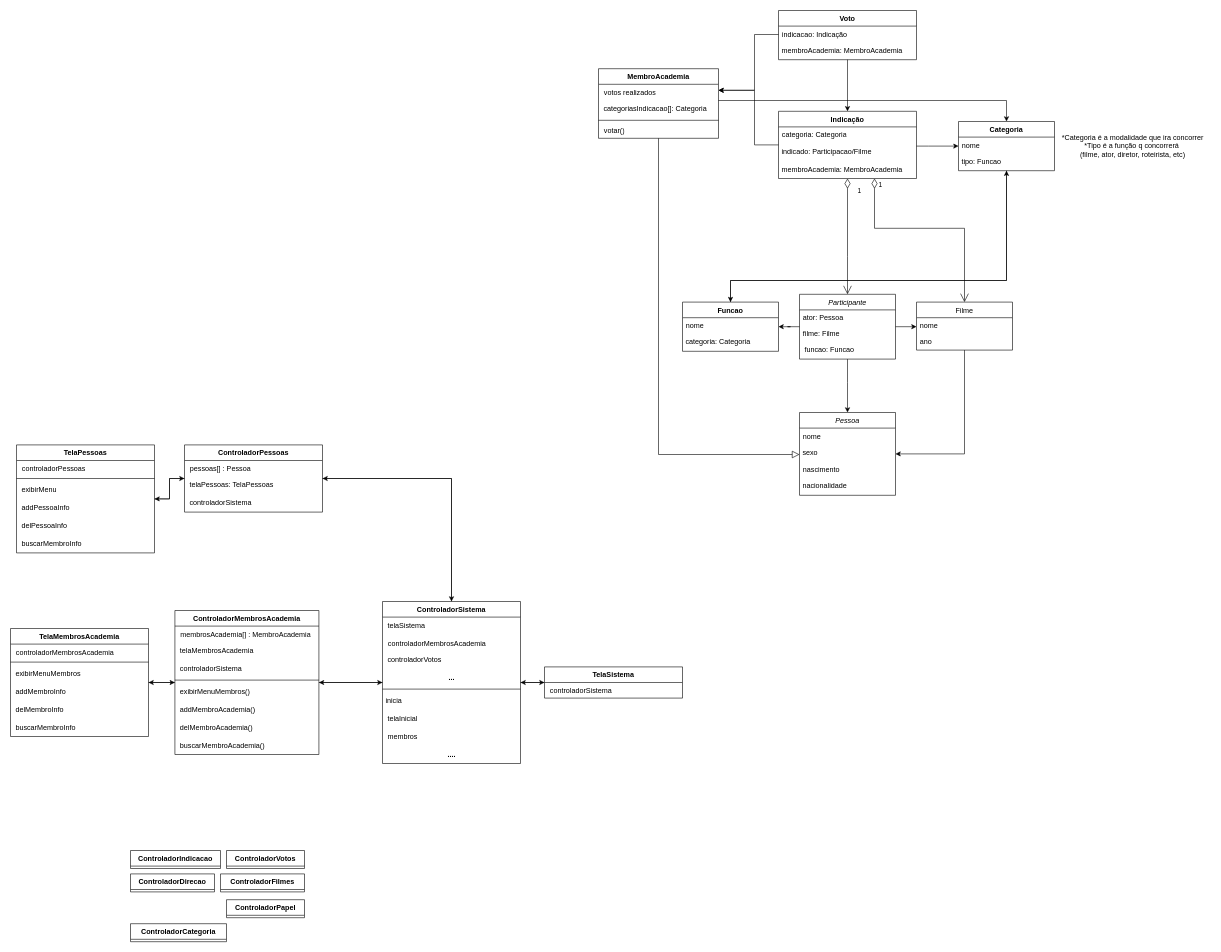
Above: Diagram de Classe V2.drawio in joaotuyama21/trabalho_dsoo (draw.io), before the change. Source tidied: cells renumbered, new cells numbered last; positions are measured from the earlier drawing's top-left corner, leaving out a move shared by most shapes. Both pictures are drawn from the tidied source at 60%, with x=0, y=0 at pixel (10, 10).
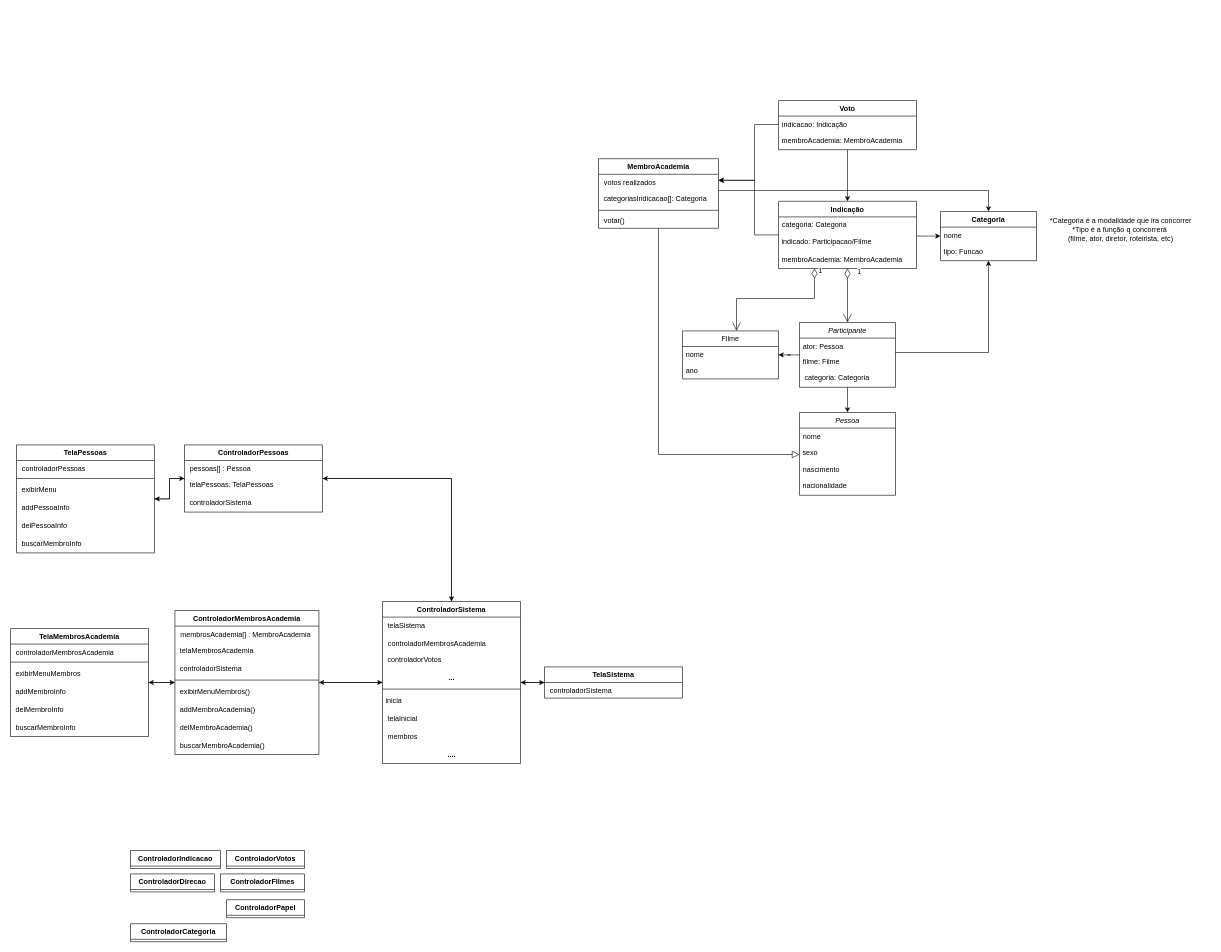
The same page after the edit.

Commit message (it also covers changes not shown here):
Alteraçao no Diagrama de Classes

The change refers to these unchanged cells:
```xml
<mxCell id="38" value="Pessoa" style="swimlane;fontStyle=2;align=center;verticalAlign=top;horizontal=1;startSize=26;rounded=0;shadow=0;strokeWidth=1;" parent="1" vertex="1">
  <mxGeometry x="1315" y="670" width="160" height="138" as="geometry" />
</mxCell>
```

What changed in the source:
```diff
@@
     <mxCell id="43" value="Filme" style="swimlane;fontStyle=0;align=center;verticalAlign=top;horizontal=1;startSize=26;rounded=0;shadow=0;strokeWidth=1;" parent="1" vertex="1">
-      <mxGeometry x="1510" y="486" width="160" height="80" as="geometry" />
+      <mxGeometry x="1120" y="534" width="160" height="80" as="geometry" />
     </mxCell>
@@
     <mxCell id="46" style="edgeStyle=orthogonalEdgeStyle;rounded=0;jettySize=auto;html=1;" parent="1" edge="1" source="58" target="63">
       <mxGeometry relative="1" as="geometry">
         <Array as="points">
-          <mxPoint x="1530" y="226" />
-          <mxPoint x="1530" y="226" />
+          <mxPoint x="1530" y="376" />
+          <mxPoint x="1530" y="376" />
         </Array>
       </mxGeometry>
     </mxCell>
     <mxCell id="47" style="edgeStyle=orthogonalEdgeStyle;rounded=0;jettySize=auto;html=1;" parent="1" edge="1" source="48" target="52">
       <mxGeometry relative="1" as="geometry">
         <Array as="points">
-          <mxPoint x="1240" y="40" />
-          <mxPoint x="1240" y="133" />
+          <mxPoint x="1240" y="190" />
+          <mxPoint x="1240" y="283" />
         </Array>
       </mxGeometry>
     </mxCell>
     <mxCell id="48" value="Voto" style="swimlane;fontStyle=1;align=center;verticalAlign=top;horizontal=1;startSize=26;whiteSpace=wrap;html=1;" parent="1" vertex="1">
-      <mxGeometry x="1280" width="230" height="82" as="geometry" />
+      <mxGeometry x="1280" y="150" width="230" height="82" as="geometry" />
     </mxCell>
@@
     <mxCell id="51" style="edgeStyle=orthogonalEdgeStyle;rounded=0;jettySize=auto;html=1;" parent="1" edge="1" source="52" target="63">
       <mxGeometry relative="1" as="geometry">
         <Array as="points">
-          <mxPoint x="1660" y="150" />
+          <mxPoint x="1630" y="300" />
         </Array>
       </mxGeometry>
     </mxCell>
     <mxCell id="52" value="MembroAcademia" style="swimlane;fontStyle=1;align=center;verticalAlign=top;horizontal=1;startSize=26;whiteSpace=wrap;html=1;" parent="1" vertex="1">
-      <mxGeometry x="980" y="97" width="200" height="116" as="geometry" />
+      <mxGeometry x="980" y="247" width="200" height="116" as="geometry" />
     </mxCell>
@@
     <mxCell id="58" value="Indicação" style="swimlane;fontStyle=1;align=center;verticalAlign=top;horizontal=1;startSize=26;whiteSpace=wrap;html=1;" parent="1" vertex="1">
-      <mxGeometry x="1280" y="168" width="230" height="112" as="geometry" />
+      <mxGeometry x="1280" y="318" width="230" height="112" as="geometry" />
     </mxCell>
@@
-    <mxCell id="62" style="edgeStyle=orthogonalEdgeStyle;rounded=0;jettySize=auto;html=1;" parent="1" edge="1" source="63" target="79">
-      <mxGeometry relative="1" as="geometry">
-        <Array as="points">
-          <mxPoint x="1660" y="450" />
-          <mxPoint x="1200" y="450" />
-        </Array>
-      </mxGeometry>
-    </mxCell>
     <mxCell id="63" value="Categoria" style="swimlane;fontStyle=1;align=center;verticalAlign=top;horizontal=1;startSize=26;whiteSpace=wrap;html=1;" parent="1" vertex="1">
-      <mxGeometry x="1580" y="185" width="160" height="82" as="geometry" />
+      <mxGeometry x="1550" y="335" width="160" height="82" as="geometry" />
     </mxCell>
@@
     <mxCell id="66" value="Participante" style="swimlane;fontStyle=2;align=center;verticalAlign=top;horizontal=1;startSize=26;rounded=0;shadow=0;strokeWidth=1;" parent="1" vertex="1">
-      <mxGeometry x="1315" y="473" width="160" height="108" as="geometry" />
+      <mxGeometry x="1315" y="520" width="160" height="108" as="geometry" />
     </mxCell>
@@
-    <mxCell id="69" value="&amp;nbsp; funcao: Funcao" style="text;html=1;align=left;verticalAlign=middle;strokeColor=none;fillColor=none;" parent="66" vertex="1">
+    <mxCell id="69" value="&amp;nbsp; categoria: Categoria" style="text;html=1;align=left;verticalAlign=middle;strokeColor=none;fillColor=none;" parent="66" vertex="1">
       <mxGeometry y="78" width="160" height="30" as="geometry" />
     </mxCell>
     <mxCell id="70" style="edgeStyle=orthogonalEdgeStyle;rounded=0;jettySize=auto;html=1;" parent="1" edge="1" source="58" target="52">
       <mxGeometry relative="1" as="geometry">
         <Array as="points">
-          <mxPoint x="1240" y="224" />
-          <mxPoint x="1240" y="133" />
+          <mxPoint x="1240" y="374" />
+          <mxPoint x="1240" y="283" />
         </Array>
       </mxGeometry>
     </mxCell>
-    <mxCell id="71" style="edgeStyle=orthogonalEdgeStyle;rounded=0;jettySize=auto;html=1;" parent="1" edge="1" source="43" target="38">
-      <mxGeometry relative="1" as="geometry">
-        <Array as="points">
-          <mxPoint x="1590" y="739" />
-        </Array>
-      </mxGeometry>
-    </mxCell>
@@
     <mxCell id="73" value="1" style="endArrow=open;html=1;endSize=12;startArrow=diamondThin;startSize=14;startFill=0;edgeStyle=orthogonalEdgeStyle;align=left;verticalAlign=bottom;rounded=0;" parent="1" edge="1" source="58" target="43">
       <mxGeometry x="-0.89" y="5" relative="1" as="geometry">
         <Array as="points">
-          <mxPoint x="1440" y="363" />
-          <mxPoint x="1590" y="363" />
+          <mxPoint x="1340" y="480" />
+          <mxPoint x="1210" y="480" />
         </Array>
       </mxGeometry>
     </mxCell>
     <mxCell id="74" style="edgeStyle=orthogonalEdgeStyle;rounded=0;jettySize=auto;html=1;" parent="1" edge="1" source="66" target="43">
-      <mxGeometry relative="1" as="geometry">
-        <Array as="points">
-          <mxPoint x="1530" y="520" />
-          <mxPoint x="1530" y="520" />
-        </Array>
-      </mxGeometry>
+      <mxGeometry relative="1" as="geometry" />
     </mxCell>
     <mxCell id="75" style="edgeStyle=orthogonalEdgeStyle;rounded=0;jettySize=auto;html=1;" parent="1" edge="1" source="66" target="38">
       <mxGeometry relative="1" as="geometry">
         <Array as="points">
-          <mxPoint x="1395" y="620" />
-          <mxPoint x="1395" y="620" />
+          <mxPoint x="1395" y="570" />
+          <mxPoint x="1395" y="570" />
         </Array>
       </mxGeometry>
     </mxCell>
@@
-    <mxCell id="77" style="edgeStyle=orthogonalEdgeStyle;rounded=0;jettySize=auto;html=1;" parent="1" edge="1" source="66" target="79">
-      <mxGeometry relative="1" as="geometry" />
+    <mxCell id="77" style="edgeStyle=orthogonalEdgeStyle;rounded=0;jettySize=auto;html=1;" parent="1" edge="1" source="66" target="63">
+      <mxGeometry relative="1" as="geometry">
+        <Array as="points">
+          <mxPoint x="1630" y="570" />
+        </Array>
+      </mxGeometry>
     </mxCell>
-    <mxCell id="78" style="edgeStyle=orthogonalEdgeStyle;rounded=0;jettySize=auto;html=1;" parent="1" edge="1" source="79" target="63">
-      <mxGeometry relative="1" as="geometry">
-        <Array as="points">
-          <mxPoint x="1200" y="450" />
-          <mxPoint x="1660" y="450" />
-        </Array>
-      </mxGeometry>
-    </mxCell>
-    <mxCell id="79" value="Funcao" style="swimlane;fontStyle=1;align=center;verticalAlign=top;horizontal=1;startSize=26;whiteSpace=wrap;html=1;" parent="1" vertex="1">
-      <mxGeometry x="1120" y="486" width="160" height="82" as="geometry" />
-    </mxCell>
-    <mxCell id="80" value="nome" style="text;strokeColor=none;fillColor=none;align=left;verticalAlign=top;spacingLeft=4;spacingRight=4;overflow=hidden;whiteSpace=wrap;html=1;" parent="79" vertex="1">
-      <mxGeometry y="26" width="160" height="26" as="geometry" />
-    </mxCell>
-    <mxCell id="81" value="&amp;nbsp;categoria: Categoria" style="text;html=1;align=left;verticalAlign=middle;strokeColor=none;fillColor=none;" parent="79" vertex="1">
-      <mxGeometry y="52" width="160" height="30" as="geometry" />
-    </mxCell>
     <mxCell id="82" value="*Categoria é a modalidade que ira concorrer&lt;div&gt;*Tipo é a função q concorrerá&amp;nbsp;&lt;/div&gt;&lt;div&gt;(filme, ator, diretor, roteirista, etc)&lt;/div&gt;" style="text;html=1;align=center;verticalAlign=middle;strokeColor=none;fillColor=none;" parent="1" vertex="1">
-      <mxGeometry x="1740" y="196" width="260" height="60" as="geometry" />
+      <mxGeometry x="1720" y="335" width="260" height="60" as="geometry" />
     </mxCell>
```
